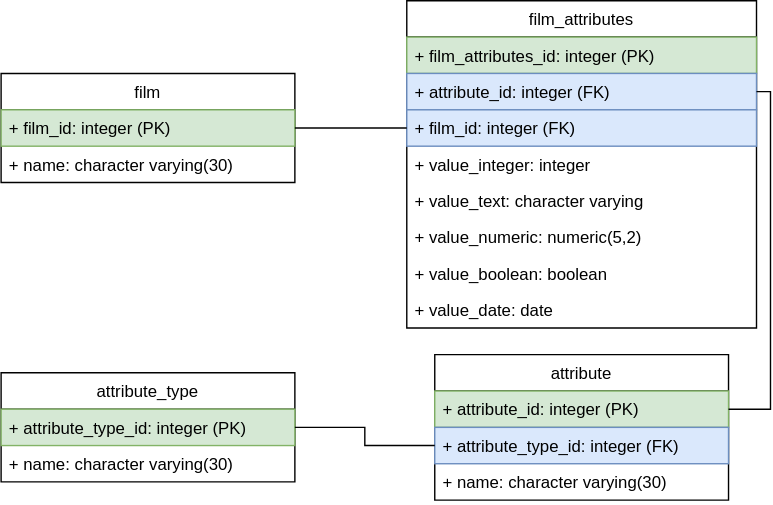
The draw.io diagram eav-scheme.svg in otusteamedu/PHP2021, before a commit. Source tidied: cells renumbered, new cells last; positions are measured from the earlier drawing's top-left corner, leaving out a move shared by most shapes. Source of this version:
```xml
<mxGraphModel>
  <root>
    <mxCell id="0" />
    <mxCell id="1" parent="0" />
    <mxCell id="2" value="film" style="swimlane;fontStyle=0;horizontal=1;startSize=26;fillColor=none;" parent="1" vertex="1">
      <mxGeometry y="52" width="210" height="78" as="geometry" />
    </mxCell>
    <mxCell id="3" value="+ film_id: integer (PK)" style="text;strokeColor=#82b366;fillColor=#d5e8d4;align=left;verticalAlign=top;spacingLeft=4;spacingRight=4;overflow=hidden;points=[[0,0.5],[1,0.5]];portConstraint=eastwest;" parent="2" vertex="1">
      <mxGeometry y="26" width="210" height="26" as="geometry" />
    </mxCell>
    <mxCell id="4" value="+ name: character varying(30)" style="text;strokeColor=none;fillColor=none;align=left;verticalAlign=top;spacingLeft=4;spacingRight=4;overflow=hidden;" parent="2" vertex="1">
      <mxGeometry y="52" width="210" height="26" as="geometry" />
    </mxCell>
    <mxCell id="5" value="attribute" style="swimlane;fontStyle=0;horizontal=1;startSize=26;fillColor=none;" parent="1" vertex="1">
      <mxGeometry x="310" y="253" width="210" height="104" as="geometry" />
    </mxCell>
    <mxCell id="6" value="+ attribute_id: integer (PK)" style="text;strokeColor=#82b366;fillColor=#d5e8d4;align=left;verticalAlign=top;spacingLeft=4;spacingRight=4;overflow=hidden;points=[[0,0.5],[1,0.5]];portConstraint=eastwest;" parent="5" vertex="1">
      <mxGeometry y="26" width="210" height="26" as="geometry" />
    </mxCell>
    <mxCell id="7" value="+ attribute_type_id: integer (FK)" style="text;strokeColor=#6c8ebf;fillColor=#dae8fc;align=left;verticalAlign=top;spacingLeft=4;spacingRight=4;overflow=hidden;points=[[0,0.5],[1,0.5]];portConstraint=eastwest;" parent="5" vertex="1">
      <mxGeometry y="52" width="210" height="26" as="geometry" />
    </mxCell>
    <mxCell id="8" value="+ name: character varying(30)" style="text;strokeColor=none;fillColor=none;align=left;verticalAlign=top;spacingLeft=4;spacingRight=4;overflow=hidden;" parent="5" vertex="1">
      <mxGeometry y="78" width="210" height="26" as="geometry" />
    </mxCell>
    <mxCell id="9" value="attribute_type" style="swimlane;fontStyle=0;horizontal=1;startSize=26;fillColor=none;" parent="1" vertex="1">
      <mxGeometry y="266" width="210" height="78" as="geometry" />
    </mxCell>
    <mxCell id="10" value="+ attribute_type_id: integer (PK)" style="text;strokeColor=#82b366;fillColor=#d5e8d4;align=left;verticalAlign=top;spacingLeft=4;spacingRight=4;overflow=hidden;points=[[0,0.5],[1,0.5]];portConstraint=eastwest;" parent="9" vertex="1">
      <mxGeometry y="26" width="210" height="26" as="geometry" />
    </mxCell>
    <mxCell id="11" value="+ name: character varying(30)" style="text;strokeColor=none;fillColor=none;align=left;verticalAlign=top;spacingLeft=4;spacingRight=4;overflow=hidden;" parent="9" vertex="1">
      <mxGeometry y="52" width="210" height="26" as="geometry" />
    </mxCell>
    <mxCell id="12" value="film_attributes" style="swimlane;fontStyle=0;horizontal=1;startSize=26;fillColor=none;" parent="1" vertex="1">
      <mxGeometry x="290" width="250" height="234" as="geometry" />
    </mxCell>
    <mxCell id="13" value="+ film_attributes_id: integer (PK)" style="text;strokeColor=#82b366;fillColor=#d5e8d4;align=left;verticalAlign=top;spacingLeft=4;spacingRight=4;overflow=hidden;" parent="12" vertex="1">
      <mxGeometry y="26" width="250" height="26" as="geometry" />
    </mxCell>
    <mxCell id="14" value="+ attribute_id: integer (FK)" style="text;strokeColor=#6c8ebf;fillColor=#dae8fc;align=left;verticalAlign=top;spacingLeft=4;spacingRight=4;overflow=hidden;points=[[0,0.5],[1,0.5]];portConstraint=eastwest;" parent="12" vertex="1">
      <mxGeometry y="52" width="250" height="26" as="geometry" />
    </mxCell>
    <mxCell id="15" value="+ film_id: integer (FK)" style="text;strokeColor=#6c8ebf;fillColor=#dae8fc;align=left;verticalAlign=top;spacingLeft=4;spacingRight=4;overflow=hidden;points=[[0,0.5],[1,0.5]];portConstraint=eastwest;" parent="12" vertex="1">
      <mxGeometry y="78" width="250" height="26" as="geometry" />
    </mxCell>
    <mxCell id="16" value="+ value_integer: integer" style="text;strokeColor=none;fillColor=none;align=left;verticalAlign=top;spacingLeft=4;spacingRight=4;overflow=hidden;" parent="12" vertex="1">
      <mxGeometry y="104" width="250" height="26" as="geometry" />
    </mxCell>
    <mxCell id="17" value="+ value_text: character varying" style="text;strokeColor=none;fillColor=none;align=left;verticalAlign=top;spacingLeft=4;spacingRight=4;overflow=hidden;" parent="12" vertex="1">
      <mxGeometry y="130" width="250" height="26" as="geometry" />
    </mxCell>
    <mxCell id="18" value="+ value_numeric: numeric(5,2)" style="text;strokeColor=none;fillColor=none;align=left;verticalAlign=top;spacingLeft=4;spacingRight=4;overflow=hidden;" parent="12" vertex="1">
      <mxGeometry y="156" width="250" height="26" as="geometry" />
    </mxCell>
    <mxCell id="19" value="+ value_boolean: boolean" style="text;strokeColor=none;fillColor=none;align=left;verticalAlign=top;spacingLeft=4;spacingRight=4;overflow=hidden;" parent="12" vertex="1">
      <mxGeometry y="182" width="250" height="26" as="geometry" />
    </mxCell>
    <mxCell id="20" value="+ value_date: date" style="text;strokeColor=none;fillColor=none;align=left;verticalAlign=top;spacingLeft=4;spacingRight=4;overflow=hidden;" parent="12" vertex="1">
      <mxGeometry y="208" width="250" height="26" as="geometry" />
    </mxCell>
    <mxCell id="21" style="endArrow=none;endFill=0;html=1;edgeStyle=orthogonalEdgeStyle;align=left;verticalAlign=top;rounded=0;exitX=1;exitY=0.5;exitDx=0;exitDy=0;entryX=1;entryY=0.5;entryDx=0;entryDy=0;" parent="1" edge="1" source="14" target="6">
      <mxGeometry x="-1" relative="1" as="geometry" />
    </mxCell>
    <mxCell id="22" style="endArrow=none;endFill=0;html=1;edgeStyle=orthogonalEdgeStyle;align=left;verticalAlign=top;rounded=0;exitX=0;exitY=0.5;exitDx=0;exitDy=0;entryX=1;entryY=0.5;entryDx=0;entryDy=0;" parent="1" edge="1" source="7" target="10">
      <mxGeometry x="-1" relative="1" as="geometry" />
    </mxCell>
    <mxCell id="23" style="endArrow=none;endFill=0;html=1;edgeStyle=orthogonalEdgeStyle;align=left;verticalAlign=top;rounded=0;exitX=0;exitY=0.5;exitDx=0;exitDy=0;entryX=1;entryY=0.5;entryDx=0;entryDy=0;" parent="1" edge="1" source="15" target="3">
      <mxGeometry x="-1" relative="1" as="geometry" />
    </mxCell>
  </root>
</mxGraphModel>
```
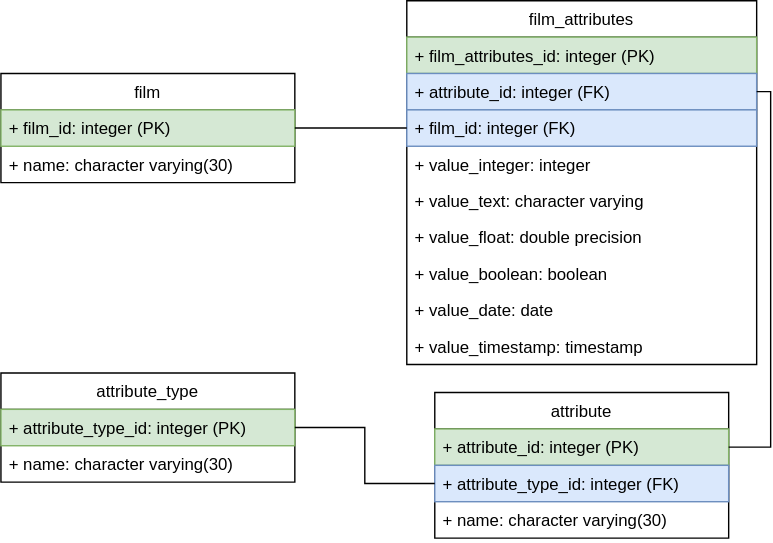
Above is the later version.

The edit, as a diff of the source:
```diff
@@ -12,7 +12,7 @@
       <mxGeometry y="52" width="210" height="26" as="geometry" />
     </mxCell>
     <mxCell id="5" value="attribute" style="swimlane;fontStyle=0;horizontal=1;startSize=26;fillColor=none;" parent="1" vertex="1">
-      <mxGeometry x="310" y="253" width="210" height="104" as="geometry" />
+      <mxGeometry x="310" y="280" width="210" height="104" as="geometry" />
     </mxCell>
     <mxCell id="6" value="+ attribute_id: integer (PK)" style="text;strokeColor=#82b366;fillColor=#d5e8d4;align=left;verticalAlign=top;spacingLeft=4;spacingRight=4;overflow=hidden;points=[[0,0.5],[1,0.5]];portConstraint=eastwest;" parent="5" vertex="1">
       <mxGeometry y="26" width="210" height="26" as="geometry" />
@@ -33,7 +33,7 @@
       <mxGeometry y="52" width="210" height="26" as="geometry" />
     </mxCell>
     <mxCell id="12" value="film_attributes" style="swimlane;fontStyle=0;horizontal=1;startSize=26;fillColor=none;" parent="1" vertex="1">
-      <mxGeometry x="290" width="250" height="234" as="geometry" />
+      <mxGeometry x="290" width="250" height="260" as="geometry" />
     </mxCell>
     <mxCell id="13" value="+ film_attributes_id: integer (PK)" style="text;strokeColor=#82b366;fillColor=#d5e8d4;align=left;verticalAlign=top;spacingLeft=4;spacingRight=4;overflow=hidden;" parent="12" vertex="1">
       <mxGeometry y="26" width="250" height="26" as="geometry" />
@@ -50,14 +50,17 @@
     <mxCell id="17" value="+ value_text: character varying" style="text;strokeColor=none;fillColor=none;align=left;verticalAlign=top;spacingLeft=4;spacingRight=4;overflow=hidden;" parent="12" vertex="1">
       <mxGeometry y="130" width="250" height="26" as="geometry" />
     </mxCell>
-    <mxCell id="18" value="+ value_numeric: numeric(5,2)" style="text;strokeColor=none;fillColor=none;align=left;verticalAlign=top;spacingLeft=4;spacingRight=4;overflow=hidden;" parent="12" vertex="1">
+    <mxCell id="18" value="+ value_float: double precision" style="text;strokeColor=none;fillColor=none;align=left;verticalAlign=top;spacingLeft=4;spacingRight=4;overflow=hidden;" parent="12" vertex="1">
       <mxGeometry y="156" width="250" height="26" as="geometry" />
     </mxCell>
     <mxCell id="19" value="+ value_boolean: boolean" style="text;strokeColor=none;fillColor=none;align=left;verticalAlign=top;spacingLeft=4;spacingRight=4;overflow=hidden;" parent="12" vertex="1">
       <mxGeometry y="182" width="250" height="26" as="geometry" />
     </mxCell>
+    <mxCell id="24" value="+ value_date: date" style="text;strokeColor=none;fillColor=none;align=left;verticalAlign=top;spacingLeft=4;spacingRight=4;overflow=hidden;" parent="12" vertex="1">
+      <mxGeometry y="208" width="250" height="26" as="geometry" />
+    </mxCell>
-    <mxCell id="20" value="+ value_date: date" style="text;strokeColor=none;fillColor=none;align=left;verticalAlign=top;spacingLeft=4;spacingRight=4;overflow=hidden;" parent="12" vertex="1">
-      <mxGeometry y="208" width="250" height="26" as="geometry" />
+    <mxCell id="20" value="+ value_timestamp: timestamp" style="text;strokeColor=none;fillColor=none;align=left;verticalAlign=top;spacingLeft=4;spacingRight=4;overflow=hidden;" parent="12" vertex="1">
+      <mxGeometry y="234" width="250" height="26" as="geometry" />
     </mxCell>
     <mxCell id="21" style="endArrow=none;endFill=0;html=1;edgeStyle=orthogonalEdgeStyle;align=left;verticalAlign=top;rounded=0;exitX=1;exitY=0.5;exitDx=0;exitDy=0;entryX=1;entryY=0.5;entryDx=0;entryDy=0;" parent="1" edge="1" source="14" target="6">
       <mxGeometry x="-1" relative="1" as="geometry" />
```
